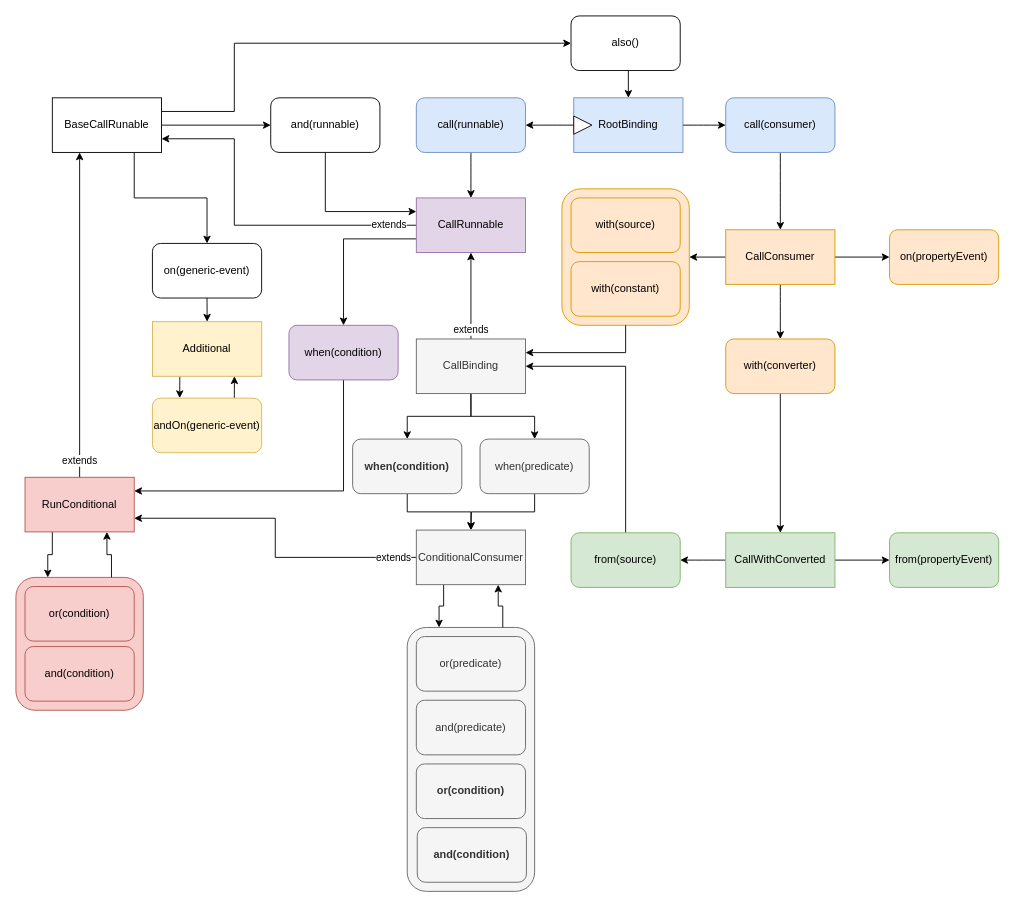
The draw.io diagram docs/binding_dsl.drawio in nbrugger-tgm/reactj, before the edit. Source tidied: cells renumbered, new cells numbered last; positions are measured from the earlier drawing's top-left corner, leaving out a move shared by most shapes. Both pictures are drawn from the tidied source at 91%, with x=0, y=0 at pixel (15, 15).
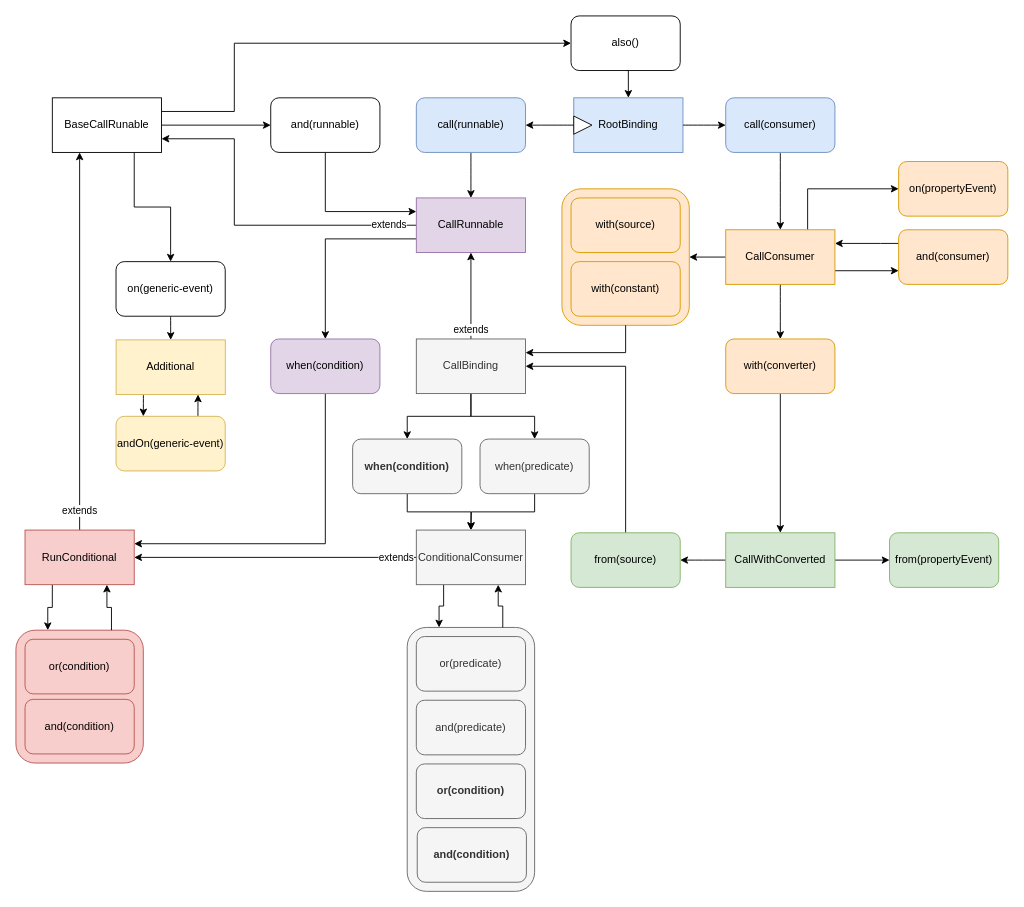
The same page after the edit.

Unchanged cells that the change refers to:
```xml
<mxCell id="34" value="CallConsumer" style="rounded=0;whiteSpace=wrap;html=1;fillColor=#ffe6cc;strokeColor=#d79b00;" parent="1" vertex="1">
  <mxGeometry x="780" y="235" width="120" height="60" as="geometry" />
</mxCell>
<mxCell id="61" value="ConditionalConsumer" style="rounded=0;whiteSpace=wrap;html=1;fillColor=#f5f5f5;strokeColor=#666666;fontColor=#333333;" parent="1" vertex="1">
  <mxGeometry x="440" y="565" width="120" height="60" as="geometry" />
</mxCell>
```

Diff of the diagram source:
```diff
@@
     <mxCell id="5" style="edgeStyle=orthogonalEdgeStyle;rounded=0;jettySize=auto;html=1;exitX=0.5;exitY=1;exitDx=0;exitDy=0;entryX=1;entryY=0.25;entryDx=0;entryDy=0;" parent="1" edge="1" source="6" target="68">
       <mxGeometry relative="1" as="geometry">
         <Array as="points">
-          <mxPoint x="360" y="522" />
+          <mxPoint x="340" y="580" />
         </Array>
       </mxGeometry>
     </mxCell>
     <mxCell id="6" value="when(condition)" style="rounded=1;whiteSpace=wrap;html=1;fillColor=#e1d5e7;strokeColor=#9673a6;" parent="1" vertex="1">
-      <mxGeometry x="300" y="340" width="120" height="60" as="geometry" />
+      <mxGeometry x="280" y="355" width="120" height="60" as="geometry" />
     </mxCell>
@@
     <mxCell id="8" value="on(generic-event)" style="rounded=1;whiteSpace=wrap;html=1;" parent="1" vertex="1">
-      <mxGeometry x="150" y="250" width="120" height="60" as="geometry" />
+      <mxGeometry x="110" y="270" width="120" height="60" as="geometry" />
     </mxCell>
@@
     <mxCell id="14" value="andOn(generic-event)" style="rounded=1;whiteSpace=wrap;html=1;fillColor=#fff2cc;strokeColor=#d6b656;" parent="1" vertex="1">
-      <mxGeometry x="150" y="420" width="120" height="60" as="geometry" />
+      <mxGeometry x="110" y="440" width="120" height="60" as="geometry" />
     </mxCell>
     <mxCell id="15" style="group;" parent="1" vertex="1">
-      <mxGeometry y="617" width="140" height="146" as="geometry" />
+      <mxGeometry y="675" width="140" height="146" as="geometry" />
     </mxCell>
@@
+    <mxCell id="73" style="edgeStyle=orthogonalEdgeStyle;rounded=0;jettySize=auto;html=1;exitX=1;exitY=0.75;exitDx=0;exitDy=0;entryX=0;entryY=0.75;entryDx=0;entryDy=0;" parent="1" edge="1" source="34" target="75">
+      <mxGeometry relative="1" as="geometry" />
+    </mxCell>
-    <mxCell id="33" style="edgeStyle=orthogonalEdgeStyle;rounded=0;jettySize=auto;html=1;exitX=1;exitY=0.5;exitDx=0;exitDy=0;entryX=0;entryY=0.5;entryDx=0;entryDy=0;" parent="1" edge="1" source="34" target="51">
-      <mxGeometry relative="1" as="geometry" />
+    <mxCell id="33" style="edgeStyle=orthogonalEdgeStyle;rounded=0;jettySize=auto;html=1;exitX=0.75;exitY=0;exitDx=0;exitDy=0;entryX=0;entryY=0.5;entryDx=0;entryDy=0;" parent="1" edge="1" source="34" target="51">
+      <mxGeometry relative="1" as="geometry">
+        <Array as="points">
+          <mxPoint x="870" y="190" />
+        </Array>
+      </mxGeometry>
     </mxCell>
@@
     <mxCell id="42" value="Additional" style="rounded=0;whiteSpace=wrap;html=1;fillColor=#fff2cc;strokeColor=#d6b656;" parent="1" vertex="1">
-      <mxGeometry x="150.1" y="336" width="120" height="60" as="geometry" />
+      <mxGeometry x="110.1" y="356" width="120" height="60" as="geometry" />
     </mxCell>
@@
     <mxCell id="51" value="on(propertyEvent)" style="rounded=1;whiteSpace=wrap;html=1;fillColor=#ffe6cc;strokeColor=#d79b00;" parent="1" vertex="1">
-      <mxGeometry x="960" y="235" width="120" height="60" as="geometry" />
+      <mxGeometry x="970" y="160" width="120" height="60" as="geometry" />
     </mxCell>
@@
-    <mxCell id="60" value="extends" style="edgeStyle=orthogonalEdgeStyle;rounded=0;jettySize=auto;html=1;exitX=0;exitY=0.5;exitDx=0;exitDy=0;entryX=1;entryY=0.75;entryDx=0;entryDy=0;" parent="1" edge="1" source="61" target="68">
+    <mxCell id="60" value="extends" style="edgeStyle=orthogonalEdgeStyle;rounded=0;jettySize=auto;html=1;exitX=0;exitY=0.5;exitDx=0;exitDy=0;entryX=1;entryY=0.5;entryDx=0;entryDy=0;" parent="1" edge="1" source="61" target="68">
       <mxGeometry x="-0.86" relative="1" as="geometry" />
     </mxCell>
@@
     <mxCell id="68" value="RunConditional" style="rounded=0;whiteSpace=wrap;html=1;fillColor=#f8cecc;strokeColor=#b85450;" parent="1" vertex="1">
-      <mxGeometry x="10" y="507" width="120" height="60" as="geometry" />
+      <mxGeometry x="10" y="565" width="120" height="60" as="geometry" />
     </mxCell>
@@
+    <mxCell id="74" style="edgeStyle=orthogonalEdgeStyle;rounded=0;jettySize=auto;html=1;exitX=0;exitY=0.25;exitDx=0;exitDy=0;entryX=1;entryY=0.25;entryDx=0;entryDy=0;" parent="1" edge="1" source="75" target="34">
+      <mxGeometry relative="1" as="geometry">
+        <Array as="points">
+          <mxPoint x="950" y="250" />
+          <mxPoint x="950" y="250" />
+        </Array>
+      </mxGeometry>
+    </mxCell>
+    <mxCell id="75" value="and(consumer)" style="rounded=1;whiteSpace=wrap;html=1;fillColor=#ffe6cc;strokeColor=#d79b00;" parent="1" vertex="1">
+      <mxGeometry x="970" y="235" width="120" height="60" as="geometry" />
+    </mxCell>
```
